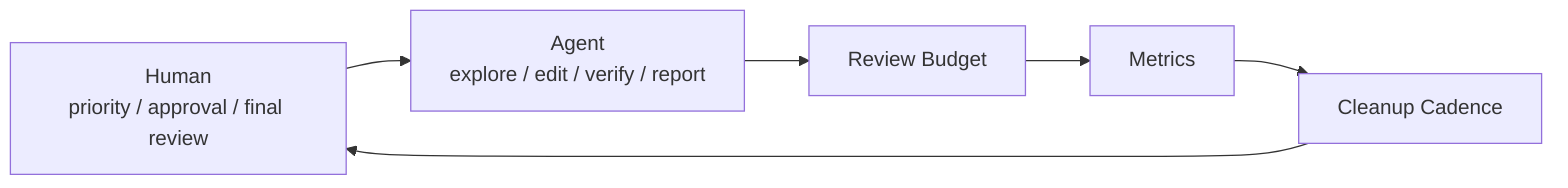
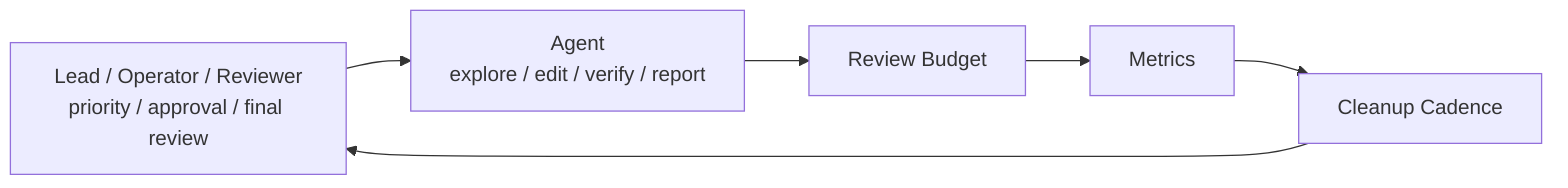
%% title: fig-07 operating model
%% chapter: CH12
- %% caption: operating model は Human と Agent の責務、review budget、metrics、cleanup cadence を循環させて保つ。
+ %% caption: operating model は Lead / Operator / Reviewer と Agent の責務、`approval boundary`、review budget、metrics、cleanup cadence を循環させて保つ。
flowchart LR
-     H[Human<br/>priority / approval / final review] --> A[Agent<br/>explore / edit / verify / report]
+     H[Lead / Operator / Reviewer<br/>priority / approval / final review] --> A[Agent<br/>explore / edit / verify / report]
    A --> R[Review Budget]
    R --> M[Metrics]
    M --> C[Cleanup Cadence]
    C --> H
